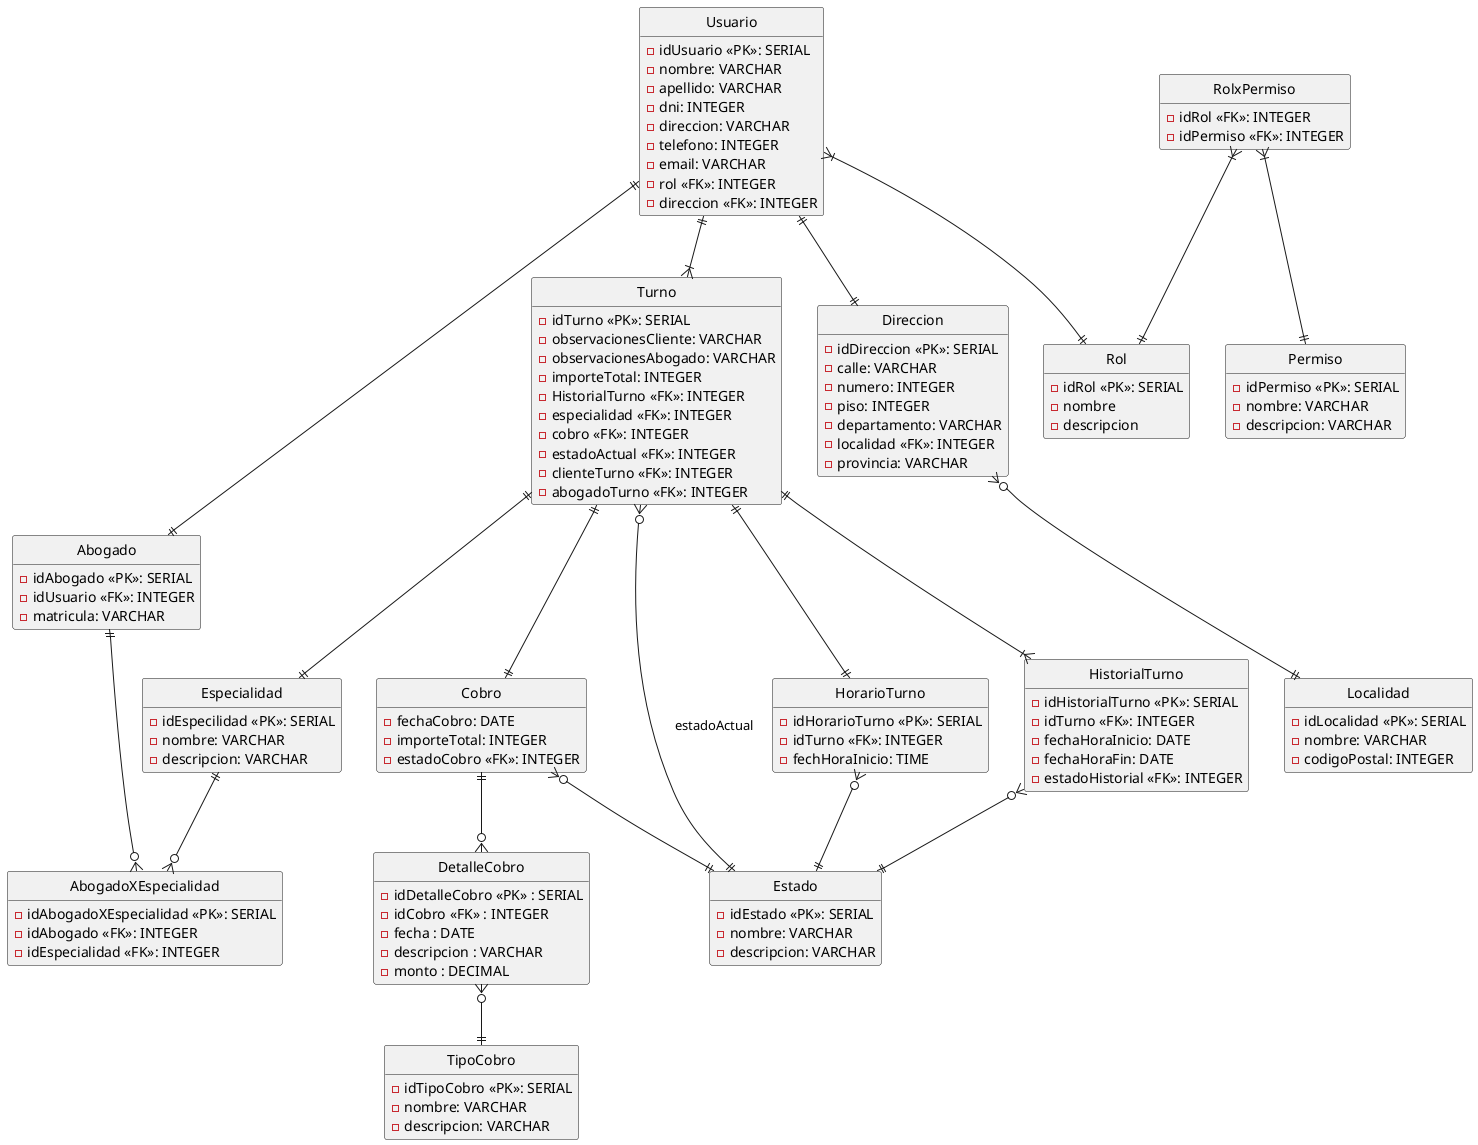
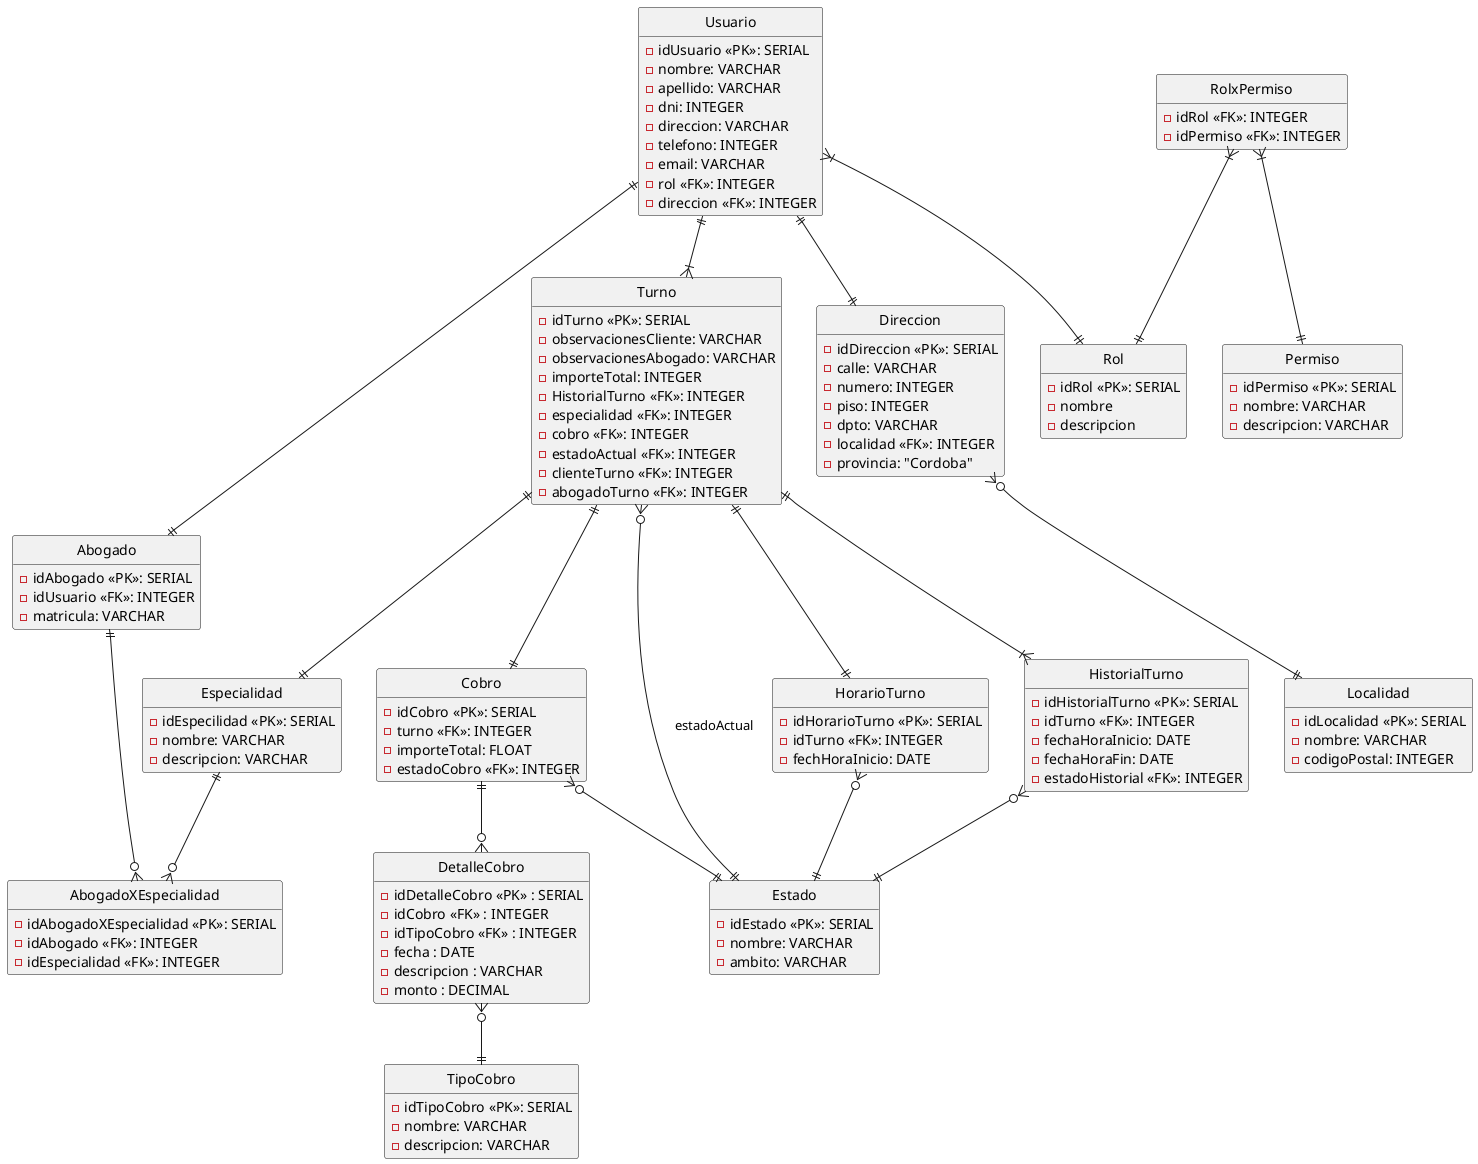
@startuml derMedinaYAsociados
hide circle
hide empty method

entity Turno {
    -idTurno <<PK>>: SERIAL
    -observacionesCliente: VARCHAR
    -observacionesAbogado: VARCHAR
    -importeTotal: INTEGER
    -HistorialTurno <<FK>>: INTEGER
    -especialidad <<FK>>: INTEGER
    -cobro <<FK>>: INTEGER
    -estadoActual <<FK>>: INTEGER
    -clienteTurno <<FK>>: INTEGER
    -abogadoTurno <<FK>>: INTEGER
}

entity Abogado {
    -idAbogado <<PK>>: SERIAL
    -idUsuario <<FK>>: INTEGER
    -matricula: VARCHAR
}


entity Cobro {
-     -fechaCobro: DATE
-     -importeTotal: INTEGER
+     -idCobro <<PK>>: SERIAL
+     -turno <<FK>>: INTEGER
+     -importeTotal: FLOAT
    -estadoCobro <<FK>>: INTEGER
}

entity Especialidad {
    -idEspecilidad <<PK>>: SERIAL
    -nombre: VARCHAR
    -descripcion: VARCHAR
}

entity TipoCobro {
    -idTipoCobro <<PK>>: SERIAL
    -nombre: VARCHAR
    -descripcion: VARCHAR
}

entity Estado {
    -idEstado <<PK>>: SERIAL
    -nombre: VARCHAR
-     -descripcion: VARCHAR
+     -ambito: VARCHAR
}

entity DetalleCobro {
    - idDetalleCobro <<PK>> : SERIAL
    - idCobro <<FK>> : INTEGER
+     - idTipoCobro <<FK>> : INTEGER
    - fecha : DATE
    - descripcion : VARCHAR
    - monto : DECIMAL
}

entity Direccion {
    -idDireccion <<PK>>: SERIAL
    -calle: VARCHAR
    -numero: INTEGER
    -piso: INTEGER
-     -departamento: VARCHAR
+     -dpto: VARCHAR
    -localidad <<FK>>: INTEGER
-     -provincia: VARCHAR
+     -provincia: "Cordoba"
}

entity Localidad {
    -idLocalidad <<PK>>: SERIAL
    -nombre: VARCHAR
    -codigoPostal: INTEGER
}

entity HorarioTurno {
    -idHorarioTurno <<PK>>: SERIAL
    -idTurno <<FK>>: INTEGER
-     -fechHoraInicio: TIME
+     -fechHoraInicio: DATE
}

entity HistorialTurno {
    -idHistorialTurno <<PK>>: SERIAL
    -idTurno <<FK>>: INTEGER
    -fechaHoraInicio: DATE
    -fechaHoraFin: DATE
    -estadoHistorial <<FK>>: INTEGER
}

entity AbogadoXEspecialidad{
    -idAbogadoXEspecialidad <<PK>>: SERIAL
    -idAbogado <<FK>>: INTEGER
    -idEspecialidad <<FK>>: INTEGER
}

entity Usuario{
    -idUsuario <<PK>>: SERIAL
    -nombre: VARCHAR
    -apellido: VARCHAR
    -dni: INTEGER
    -direccion: VARCHAR
    -telefono: INTEGER
    -email: VARCHAR
    -rol <<FK>>: INTEGER
    -direccion <<FK>>: INTEGER
}

entity Rol {
    -idRol <<PK>>: SERIAL
    -nombre
    -descripcion
}

entity Permiso{
    -idPermiso <<PK>>: SERIAL
    -nombre: VARCHAR
    -descripcion: VARCHAR
}

entity RolxPermiso{
    -idRol <<FK>>: INTEGER
    -idPermiso <<FK>>: INTEGER
}

Turno ||--|| Cobro
Turno }o--|| Estado : "estadoActual"
Turno ||--|{ HistorialTurno
Turno ||--|| Especialidad
Turno ||--|| HorarioTurno

Cobro ||--o{ DetalleCobro
Cobro }o--|| Estado

DetalleCobro }o--|| TipoCobro

HistorialTurno }o--||Estado

HorarioTurno }o--||Estado

AbogadoXEspecialidad }o-up-|| Especialidad
AbogadoXEspecialidad }o-up-|| Abogado

Direccion }o--|| Localidad

Usuario ||--|| Direccion
Usuario ||--|{ Turno
Usuario ||--|| Abogado

Usuario }|--|| Rol
RolxPermiso }|--|| Permiso
RolxPermiso }|--|| Rol
@enduml